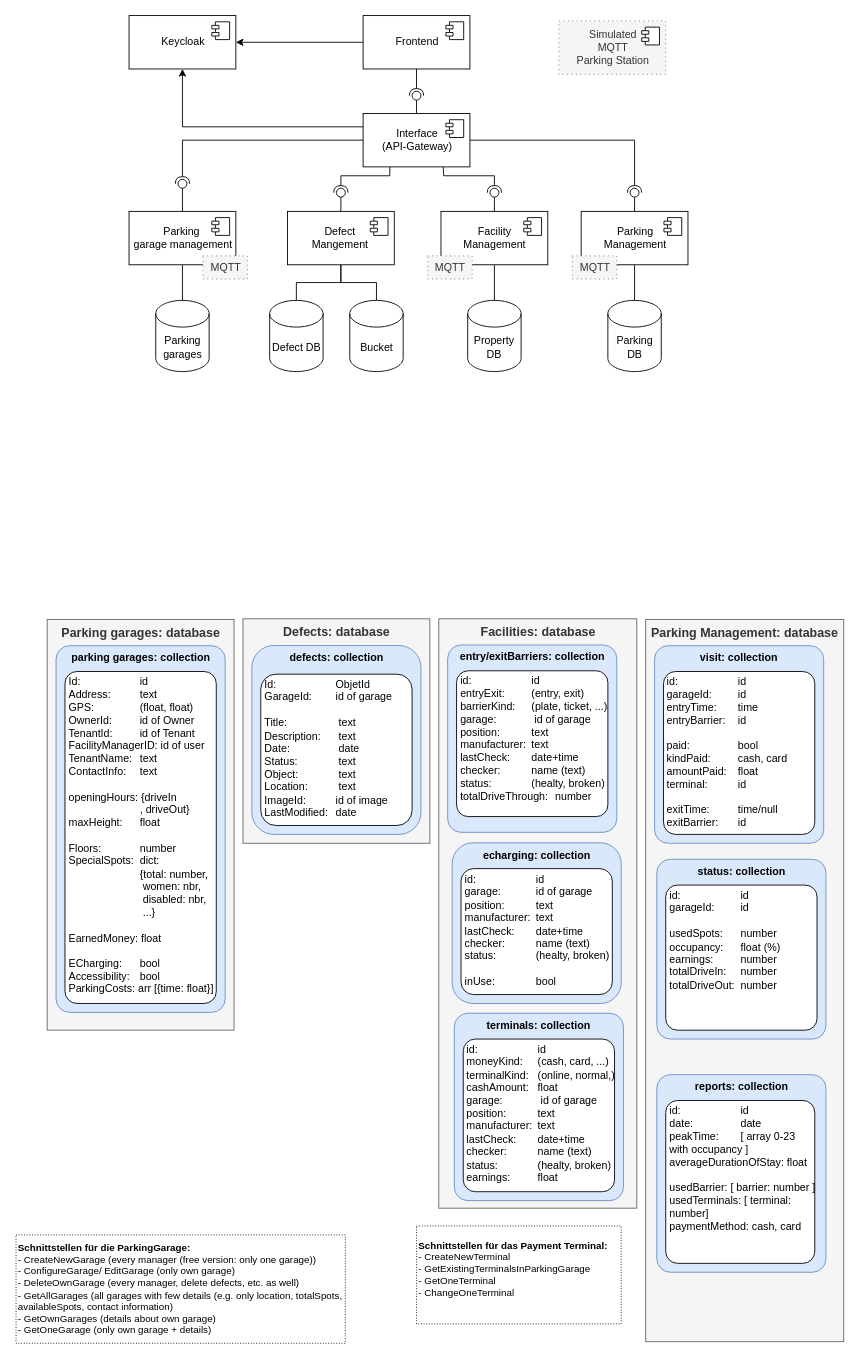
Before: page "Architektur" (4 of 8) of docu/parking_management.drawio in msi-cad-vw/.github, a draw.io diagram. Source tidied: cells renumbered, new cells numbered last; positions are measured from the earlier drawing's top-left corner, leaving out a move shared by most shapes. Both pictures are drawn from the tidied source at 89%, with x=0, y=0 at pixel (15, 15).
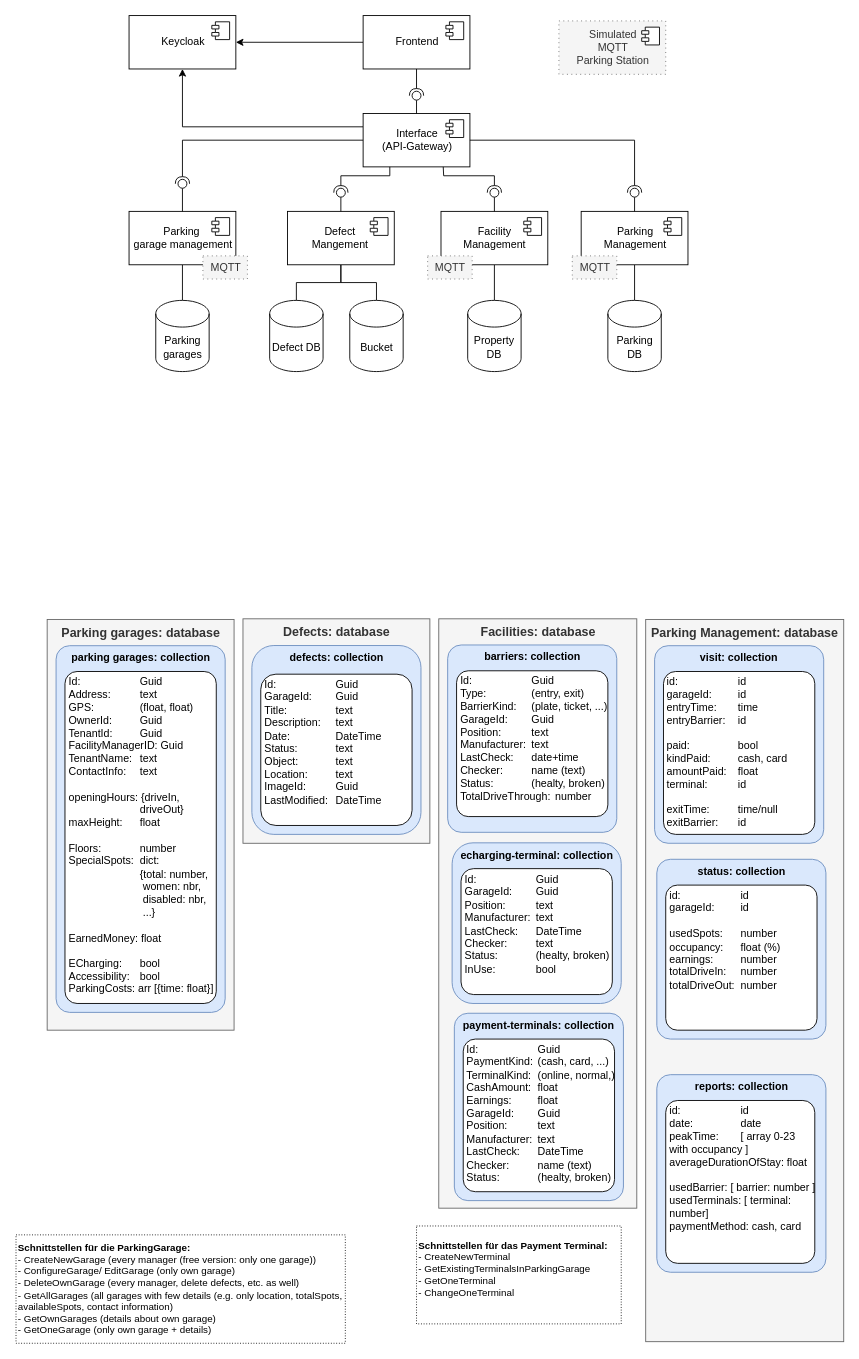
The same page after the edit.

The edit, as a diff of the source:
```diff
@@
-    <mxCell id="47" value="terminals: collection" style="rounded=1;whiteSpace=wrap;html=1;verticalAlign=top;arcSize=8;fontStyle=1;fillColor=#dae8fc;strokeColor=#6c8ebf;" parent="1" vertex="1">
+    <mxCell id="47" value="payment-terminals: collection" style="rounded=1;whiteSpace=wrap;html=1;verticalAlign=top;arcSize=8;fontStyle=1;fillColor=#dae8fc;strokeColor=#6c8ebf;" parent="1" vertex="1">
       <mxGeometry x="493" y="1121" width="190" height="210.5" as="geometry" />
     </mxCell>
-    <mxCell id="48" value="&lt;div style=&quot;text-align: center;&quot;&gt;&lt;/div&gt;id:&lt;span style=&quot;&quot;&gt;&#9;&lt;span style=&quot;white-space: pre;&quot;&gt;&#9;&lt;/span&gt;&lt;span style=&quot;white-space: pre;&quot;&gt;&#9;&lt;/span&gt;&lt;span style=&quot;white-space: pre;&quot;&gt;&#9;&lt;/span&gt;&lt;/span&gt;id&lt;br&gt;moneyKind:&lt;span style=&quot;&quot;&gt;&#9;&lt;span style=&quot;white-space: pre;&quot;&gt;&#9;&lt;/span&gt;&lt;/span&gt;(cash, card, ...)&lt;br&gt;terminalKind:&lt;span style=&quot;white-space: pre;&quot;&gt;&#9;&lt;/span&gt;(online, normal,)&lt;br&gt;cashAmount:&amp;nbsp;&lt;span style=&quot;&quot;&gt;&#9;&lt;span style=&quot;white-space: pre;&quot;&gt;&#9;&lt;/span&gt;&lt;/span&gt;float&lt;br&gt;garage:&lt;span style=&quot;&quot;&gt;&#9;&lt;span style=&quot;white-space: pre;&quot;&gt;&#9;&lt;/span&gt;&lt;span style=&quot;white-space: pre;&quot;&gt;&#9;&lt;/span&gt;&lt;/span&gt;&lt;span style=&quot;&quot;&gt;&#9;&lt;/span&gt;id of garage&lt;br&gt;position:&lt;span style=&quot;white-space: pre;&quot;&gt;&#9;&lt;/span&gt;&lt;span style=&quot;white-space: pre;&quot;&gt;&#9;&lt;/span&gt;text&lt;br&gt;manufacturer:&lt;span style=&quot;&quot;&gt;&#9;&lt;span style=&quot;white-space: pre;&quot;&gt;&#9;&lt;/span&gt;&lt;/span&gt;text&lt;br&gt;lastCheck:&lt;span style=&quot;&quot;&gt;&#9;&lt;span style=&quot;white-space: pre;&quot;&gt;&#9;&lt;/span&gt;&lt;/span&gt;date+time&lt;br&gt;checker:&lt;span style=&quot;white-space: pre;&quot;&gt;&#9;&lt;/span&gt;&lt;span style=&quot;white-space: pre;&quot;&gt;&#9;&lt;/span&gt;name (text)&lt;br&gt;status:&lt;span style=&quot;white-space: pre;&quot;&gt;&#9;&lt;/span&gt;&lt;span style=&quot;white-space: pre;&quot;&gt;&#9;&lt;/span&gt;(healty, broken)&lt;br&gt;earnings:&lt;span style=&quot;white-space: pre;&quot;&gt;&#9;&lt;/span&gt;&lt;span style=&quot;white-space: pre;&quot;&gt;&#9;&lt;/span&gt;float" style="rounded=1;whiteSpace=wrap;html=1;verticalAlign=top;align=left;spacingLeft=4;spacing=0;spacingTop=0;arcSize=8;" parent="1" vertex="1">
+    <mxCell id="48" value="&lt;div style=&quot;text-align: center;&quot;&gt;&lt;/div&gt;Id:&lt;span style=&quot;&quot;&gt;&#9;&lt;span style=&quot;white-space: pre;&quot;&gt;&#9;&lt;/span&gt;&lt;span style=&quot;white-space: pre;&quot;&gt;&#9;&lt;/span&gt;&lt;span style=&quot;white-space: pre;&quot;&gt;&#9;&lt;/span&gt;Gu&lt;/span&gt;id&lt;br&gt;PaymentKind:&lt;span style=&quot;&quot;&gt;&#9;&lt;span style=&quot;white-space: pre;&quot;&gt;&#9;&lt;/span&gt;&lt;/span&gt;(cash, card, ...)&lt;br&gt;TerminalKind:&lt;span style=&quot;white-space: pre;&quot;&gt;&#9;&lt;/span&gt;(online, normal,)&lt;br&gt;CashAmount:&lt;span style=&quot;&quot;&gt;&amp;nbsp;&lt;span style=&quot;white-space: pre;&quot;&gt;&#9;&lt;/span&gt;&lt;/span&gt;float&lt;div&gt;Earnings:&lt;span style=&quot;white-space: pre;&quot;&gt;&#9;&lt;/span&gt;&lt;span style=&quot;white-space: pre;&quot;&gt;&#9;&lt;/span&gt;float&lt;br&gt;GarageId:&lt;span style=&quot;&quot;&gt;&lt;span style=&quot;white-space: pre;&quot;&gt;&#9;&lt;/span&gt;Gu&lt;/span&gt;id&lt;br&gt;Position:&lt;span style=&quot;white-space: pre;&quot;&gt;&#9;&lt;/span&gt;&lt;span style=&quot;white-space: pre;&quot;&gt;&#9;&lt;/span&gt;text&lt;br&gt;Manufacturer:&lt;span style=&quot;&quot;&gt;&#9;&lt;span style=&quot;white-space: pre;&quot;&gt;&#9;&lt;/span&gt;&lt;/span&gt;text&lt;br&gt;LastCheck:&lt;span style=&quot;&quot;&gt;&#9;&lt;span style=&quot;white-space: pre;&quot;&gt;&#9;&lt;/span&gt;&lt;/span&gt;DateTime&lt;br&gt;Checker:&lt;span style=&quot;white-space: pre;&quot;&gt;&#9;&lt;/span&gt;&lt;span style=&quot;white-space: pre;&quot;&gt;&#9;&lt;/span&gt;name (text)&lt;br&gt;Status:&lt;span style=&quot;white-space: pre;&quot;&gt;&#9;&lt;/span&gt;&lt;span style=&quot;white-space: pre;&quot;&gt;&#9;&lt;/span&gt;(healty, broken)&lt;br&gt;&lt;/div&gt;" style="rounded=1;whiteSpace=wrap;html=1;verticalAlign=top;align=left;spacingLeft=4;spacing=0;spacingTop=0;arcSize=8;" parent="1" vertex="1">
       <mxGeometry x="503" y="1150" width="170" height="171.5" as="geometry" />
     </mxCell>
-    <mxCell id="49" value="echarging: collection" style="rounded=1;whiteSpace=wrap;html=1;verticalAlign=top;arcSize=13;fontStyle=1;fillColor=#dae8fc;strokeColor=#6c8ebf;" parent="1" vertex="1">
+    <mxCell id="49" value="echarging-terminal: collection" style="rounded=1;whiteSpace=wrap;html=1;verticalAlign=top;arcSize=13;fontStyle=1;fillColor=#dae8fc;strokeColor=#6c8ebf;" parent="1" vertex="1">
       <mxGeometry x="490.5" y="929.5" width="190" height="180.5" as="geometry" />
     </mxCell>
-    <mxCell id="50" value="&lt;div style=&quot;text-align: center;&quot;&gt;&lt;/div&gt;id:&lt;span style=&quot;&quot;&gt;&#9;&lt;span style=&quot;white-space: pre;&quot;&gt;&#9;&lt;/span&gt;&lt;span style=&quot;white-space: pre;&quot;&gt;&#9;&lt;/span&gt;&lt;span style=&quot;white-space: pre;&quot;&gt;&#9;&lt;/span&gt;&lt;/span&gt;id&lt;br&gt;garage:&lt;span style=&quot;&quot;&gt;&#9;&lt;span style=&quot;white-space: pre;&quot;&gt;&#9;&lt;/span&gt;&lt;span style=&quot;white-space: pre;&quot;&gt;&#9;&lt;/span&gt;&lt;/span&gt;id of garage&lt;br&gt;position:&lt;span style=&quot;white-space: pre;&quot;&gt;&#9;&lt;/span&gt;&lt;span style=&quot;white-space: pre;&quot;&gt;&#9;&lt;/span&gt;text&lt;br&gt;manufacturer:&lt;span style=&quot;&quot;&gt;&#9;&lt;span style=&quot;white-space: pre;&quot;&gt;&#9;&lt;/span&gt;&lt;/span&gt;text&lt;br&gt;lastCheck:&lt;span style=&quot;&quot;&gt;&#9;&lt;span style=&quot;white-space: pre;&quot;&gt;&#9;&lt;/span&gt;&lt;/span&gt;date+time&lt;br&gt;checker:&lt;span style=&quot;white-space: pre;&quot;&gt;&#9;&lt;/span&gt;&lt;span style=&quot;white-space: pre;&quot;&gt;&#9;&lt;/span&gt;name (text)&lt;br&gt;status:&lt;span style=&quot;white-space: pre;&quot;&gt;&#9;&lt;/span&gt;&lt;span style=&quot;white-space: pre;&quot;&gt;&#9;&lt;/span&gt;(healty, broken)&lt;br&gt;&lt;br&gt;inUse:&lt;span style=&quot;white-space: pre;&quot;&gt;&#9;&lt;/span&gt;&lt;span style=&quot;white-space: pre;&quot;&gt;&#9;&lt;/span&gt;bool" style="rounded=1;whiteSpace=wrap;html=1;verticalAlign=top;align=left;spacingLeft=4;spacing=0;spacingTop=0;arcSize=10;" parent="1" vertex="1">
+    <mxCell id="50" value="&lt;div style=&quot;text-align: center;&quot;&gt;&lt;/div&gt;Id:&lt;span style=&quot;&quot;&gt;&#9;&lt;span style=&quot;white-space: pre;&quot;&gt;&#9;&lt;/span&gt;&lt;span style=&quot;white-space: pre;&quot;&gt;&#9;&lt;/span&gt;&lt;span style=&quot;white-space: pre;&quot;&gt;&#9;&lt;/span&gt;&lt;/span&gt;Guid&lt;br&gt;GarageId:&lt;span style=&quot;&quot;&gt;&#9;&lt;span style=&quot;white-space: pre;&quot;&gt;&#9;&lt;/span&gt;&lt;/span&gt;Guid&lt;br&gt;Position:&lt;span style=&quot;white-space: pre;&quot;&gt;&#9;&lt;/span&gt;&lt;span style=&quot;white-space: pre;&quot;&gt;&#9;&lt;/span&gt;text&lt;br&gt;Manufacturer:&lt;span style=&quot;&quot;&gt;&#9;&lt;span style=&quot;white-space: pre;&quot;&gt;&#9;&lt;/span&gt;&lt;/span&gt;text&lt;br&gt;LastCheck:&lt;span style=&quot;&quot;&gt;&#9;&lt;span style=&quot;white-space: pre;&quot;&gt;&#9;&lt;/span&gt;&lt;/span&gt;DateTime&lt;br&gt;Checker:&lt;span style=&quot;white-space: pre;&quot;&gt;&#9;&lt;/span&gt;&lt;span style=&quot;white-space: pre;&quot;&gt;&#9;&lt;/span&gt;text&lt;br&gt;Status:&lt;span style=&quot;white-space: pre;&quot;&gt;&#9;&lt;/span&gt;&lt;span style=&quot;white-space: pre;&quot;&gt;&#9;&lt;/span&gt;(healty, broken)&lt;br&gt;InUse:&lt;span style=&quot;white-space: pre;&quot;&gt;&#9;&lt;/span&gt;&lt;span style=&quot;white-space: pre;&quot;&gt;&#9;&lt;/span&gt;bool" style="rounded=1;whiteSpace=wrap;html=1;verticalAlign=top;align=left;spacingLeft=4;spacing=0;spacingTop=0;arcSize=10;" parent="1" vertex="1">
       <mxGeometry x="500.5" y="958.5" width="170" height="141.5" as="geometry" />
     </mxCell>
@@
-    <mxCell id="52" value="entry/exitBarriers: collection" style="rounded=1;whiteSpace=wrap;html=1;verticalAlign=top;arcSize=8;fontStyle=1;fillColor=#dae8fc;strokeColor=#6c8ebf;" parent="1" vertex="1">
+    <mxCell id="52" value="barriers: collection" style="rounded=1;whiteSpace=wrap;html=1;verticalAlign=top;arcSize=8;fontStyle=1;fillColor=#dae8fc;strokeColor=#6c8ebf;" parent="1" vertex="1">
       <mxGeometry x="485.5" y="707.2" width="190" height="210.5" as="geometry" />
     </mxCell>
-    <mxCell id="53" value="&lt;div style=&quot;text-align: center;&quot;&gt;&lt;/div&gt;id:&lt;span style=&quot;&quot;&gt;&#9;&lt;span style=&quot;white-space: pre;&quot;&gt;&#9;&lt;/span&gt;&lt;span style=&quot;white-space: pre;&quot;&gt;&#9;&lt;/span&gt;&lt;span style=&quot;white-space: pre;&quot;&gt;&#9;&lt;/span&gt;&lt;/span&gt;id&lt;br&gt;entryExit:&lt;span style=&quot;white-space: pre;&quot;&gt;&#9;&lt;/span&gt;&lt;span style=&quot;white-space: pre;&quot;&gt;&#9;&lt;/span&gt;(entry, exit)&lt;br&gt;barrierKind:&lt;span style=&quot;&quot;&gt;&#9;&lt;span style=&quot;white-space: pre;&quot;&gt;&#9;&lt;/span&gt;&lt;/span&gt;(plate, ticket, ...)&lt;br&gt;garage:&lt;span style=&quot;&quot;&gt;&#9;&lt;span style=&quot;white-space: pre;&quot;&gt;&#9;&lt;/span&gt;&lt;span style=&quot;white-space: pre;&quot;&gt;&#9;&lt;/span&gt;&lt;/span&gt;&lt;span style=&quot;&quot;&gt;&#9;&lt;/span&gt;id of garage&lt;br&gt;position:&lt;span style=&quot;white-space: pre;&quot;&gt;&#9;&lt;/span&gt;&lt;span style=&quot;white-space: pre;&quot;&gt;&#9;&lt;/span&gt;text&lt;br&gt;manufacturer:&lt;span style=&quot;&quot;&gt;&#9;&lt;span style=&quot;white-space: pre;&quot;&gt;&#9;&lt;/span&gt;&lt;/span&gt;text&lt;br&gt;lastCheck:&lt;span style=&quot;&quot;&gt;&#9;&lt;span style=&quot;white-space: pre;&quot;&gt;&#9;&lt;/span&gt;&lt;/span&gt;date+time&lt;br&gt;checker:&lt;span style=&quot;white-space: pre;&quot;&gt;&#9;&lt;/span&gt;&lt;span style=&quot;white-space: pre;&quot;&gt;&#9;&lt;/span&gt;name (text)&lt;br&gt;status:&lt;span style=&quot;white-space: pre;&quot;&gt;&#9;&lt;/span&gt;&lt;span style=&quot;white-space: pre;&quot;&gt;&#9;&lt;/span&gt;(healty, broken)&lt;br&gt;totalDriveThrough:&lt;span style=&quot;white-space: pre;&quot;&gt;&#9;&lt;/span&gt;number" style="rounded=1;whiteSpace=wrap;html=1;verticalAlign=top;align=left;spacingLeft=4;spacing=0;spacingTop=0;arcSize=8;" parent="1" vertex="1">
+    <mxCell id="53" value="&lt;div style=&quot;text-align: center;&quot;&gt;&lt;/div&gt;Id:&lt;span style=&quot;&quot;&gt;&#9;&lt;span style=&quot;white-space: pre;&quot;&gt;&#9;&lt;/span&gt;&lt;span style=&quot;white-space: pre;&quot;&gt;&#9;&lt;/span&gt;&lt;span style=&quot;white-space: pre;&quot;&gt;&#9;&lt;/span&gt;Gu&lt;/span&gt;id&lt;br&gt;Type:&lt;span style=&quot;white-space: pre;&quot;&gt;&#9;&lt;/span&gt;&lt;span style=&quot;white-space: pre;&quot;&gt;&#9;&lt;/span&gt;(entry, exit)&lt;br&gt;BarrierKind:&lt;span style=&quot;&quot;&gt;&#9;&lt;span style=&quot;white-space: pre;&quot;&gt;&#9;&lt;/span&gt;&lt;/span&gt;(plate, ticket, ...)&lt;br&gt;GarageId:&lt;span style=&quot;&quot;&gt;&lt;span style=&quot;white-space: pre;&quot;&gt;&#9;&lt;/span&gt;Gu&lt;/span&gt;id&lt;br&gt;Position:&lt;span style=&quot;white-space: pre;&quot;&gt;&#9;&lt;/span&gt;&lt;span style=&quot;white-space: pre;&quot;&gt;&#9;&lt;/span&gt;text&lt;br&gt;Manufacturer:&lt;span style=&quot;&quot;&gt;&#9;&lt;span style=&quot;white-space: pre;&quot;&gt;&#9;&lt;/span&gt;&lt;/span&gt;text&lt;br&gt;LastCheck:&lt;span style=&quot;&quot;&gt;&#9;&lt;span style=&quot;white-space: pre;&quot;&gt;&#9;&lt;/span&gt;&lt;/span&gt;date+time&lt;br&gt;Checker:&lt;span style=&quot;white-space: pre;&quot;&gt;&#9;&lt;/span&gt;&lt;span style=&quot;white-space: pre;&quot;&gt;&#9;&lt;/span&gt;name (text)&lt;br&gt;Status:&lt;span style=&quot;white-space: pre;&quot;&gt;&#9;&lt;/span&gt;&lt;span style=&quot;white-space: pre;&quot;&gt;&#9;&lt;/span&gt;(healty, broken)&lt;br&gt;TotalDriveThrough:&lt;span style=&quot;white-space: pre;&quot;&gt;&#9;&lt;/span&gt;number" style="rounded=1;whiteSpace=wrap;html=1;verticalAlign=top;align=left;spacingLeft=4;spacing=0;spacingTop=0;arcSize=8;" parent="1" vertex="1">
       <mxGeometry x="495.5" y="736.2" width="170" height="163.8" as="geometry" />
     </mxCell>
@@
-    <mxCell id="56" value="&lt;div style=&quot;text-align: center;&quot;&gt;&lt;/div&gt;Id:&#9;&lt;span style=&quot;white-space: pre;&quot;&gt;&#9;&lt;/span&gt;&lt;span style=&quot;white-space: pre;&quot;&gt;&#9;&lt;/span&gt;&lt;span style=&quot;white-space: pre;&quot;&gt;&#9;&lt;/span&gt;id&lt;br&gt;Address:&lt;span style=&quot;white-space: pre;&quot;&gt;&#9;&lt;/span&gt;&lt;span style=&quot;white-space: pre;&quot;&gt;&#9;&lt;/span&gt;text&lt;br&gt;GPS:&#9;&lt;span style=&quot;white-space: pre;&quot;&gt;&#9;&lt;/span&gt;&lt;span style=&quot;white-space: pre;&quot;&gt;&#9;&lt;/span&gt;(float, float)&lt;br&gt;OwnerId:&lt;span style=&quot;white-space: pre;&quot;&gt;&#9;&lt;/span&gt;&lt;span style=&quot;white-space: pre;&quot;&gt;&#9;&lt;/span&gt;id of Owner&lt;br&gt;TenantId:&#9;&lt;span style=&quot;white-space: pre;&quot;&gt;&#9;&lt;/span&gt;id of Tenant&lt;br&gt;FacilityManagerID: id of user&lt;br&gt;TenantName:&amp;nbsp;&lt;span style=&quot;white-space: pre;&quot;&gt;&#9;&lt;/span&gt;text&lt;br&gt;ContactInfo:&#9;&lt;span style=&quot;white-space: pre;&quot;&gt;&#9;&lt;/span&gt;text&lt;br&gt;&lt;br&gt;openingHours: {driveIn&lt;br&gt;&lt;span style=&quot;white-space: pre;&quot;&gt;&#9;&lt;/span&gt;&lt;span style=&quot;white-space: pre;&quot;&gt;&#9;&lt;/span&gt;&lt;span style=&quot;white-space: pre;&quot;&gt;&#9;&lt;/span&gt;, driveOut}&lt;br&gt;maxHeight:&amp;nbsp;&lt;span style=&quot;white-space: pre;&quot;&gt;&#9;&lt;/span&gt;float&lt;br&gt;&lt;br&gt;Floors:&#9;&lt;span style=&quot;white-space: pre;&quot;&gt;&#9;&lt;/span&gt;&lt;span style=&quot;white-space: pre;&quot;&gt;&#9;&lt;/span&gt;number&lt;br&gt;SpecialSpots:&#9;&lt;span style=&quot;white-space: pre;&quot;&gt;&#9;&lt;/span&gt;dict: &lt;br&gt;&#9;&#9;&#9;&lt;span style=&quot;white-space: pre;&quot;&gt;&#9;&lt;/span&gt;&lt;span style=&quot;white-space: pre;&quot;&gt;&#9;&lt;/span&gt;&lt;span style=&quot;white-space: pre;&quot;&gt;&#9;&lt;/span&gt;{total: number,&lt;br&gt;&lt;span style=&quot;white-space: pre;&quot;&gt;&#9;&lt;/span&gt;&lt;span style=&quot;white-space: pre;&quot;&gt;&#9;&lt;/span&gt;&lt;span style=&quot;white-space: pre;&quot;&gt;&#9;&lt;/span&gt;&amp;nbsp;women: nbr,&lt;br&gt;&#9;&#9;&#9;&lt;span style=&quot;white-space: pre;&quot;&gt;&#9;&lt;/span&gt;&lt;span style=&quot;white-space: pre;&quot;&gt;&#9;&lt;/span&gt;&lt;span style=&quot;white-space: pre;&quot;&gt;&#9;&lt;/span&gt;&amp;nbsp;disabled: nbr,&lt;br&gt;&#9;&#9;&#9;&lt;span style=&quot;white-space: pre;&quot;&gt;&#9;&lt;/span&gt;&lt;span style=&quot;white-space: pre;&quot;&gt;&#9;&lt;/span&gt;&lt;span style=&quot;white-space: pre;&quot;&gt;&#9;&lt;/span&gt;&amp;nbsp;...}&lt;br&gt;&lt;br&gt;EarnedMoney: float&lt;br&gt;&lt;br&gt;ECharging:&amp;nbsp;&#9;&lt;span style=&quot;white-space: pre;&quot;&gt;&#9;&lt;/span&gt;bool&lt;br&gt;Accessibility:&#9;&lt;span style=&quot;white-space: pre;&quot;&gt;&#9;&lt;/span&gt;bool&lt;br&gt;ParkingCosts:&#9;arr [{time: float}]" style="rounded=1;whiteSpace=wrap;html=1;verticalAlign=top;align=left;spacingLeft=4;spacing=0;spacingTop=0;arcSize=8;" parent="1" vertex="1">
+    <mxCell id="56" value="&lt;div style=&quot;text-align: center;&quot;&gt;&lt;/div&gt;Id:&#9;&lt;span style=&quot;white-space: pre;&quot;&gt;&#9;&lt;/span&gt;&lt;span style=&quot;white-space: pre;&quot;&gt;&#9;&lt;/span&gt;&lt;span style=&quot;white-space: pre;&quot;&gt;&#9;&lt;/span&gt;Guid&lt;br&gt;Address:&lt;span style=&quot;white-space: pre;&quot;&gt;&#9;&lt;/span&gt;&lt;span style=&quot;white-space: pre;&quot;&gt;&#9;&lt;/span&gt;text&lt;br&gt;GPS:&#9;&lt;span style=&quot;white-space: pre;&quot;&gt;&#9;&lt;/span&gt;&lt;span style=&quot;white-space: pre;&quot;&gt;&#9;&lt;/span&gt;(float, float)&lt;br&gt;OwnerId:&lt;span style=&quot;white-space: pre;&quot;&gt;&#9;&lt;/span&gt;&lt;span style=&quot;white-space: pre;&quot;&gt;&#9;&lt;/span&gt;Guid&lt;br&gt;TenantId:&#9;&lt;span style=&quot;white-space: pre;&quot;&gt;&#9;&lt;/span&gt;Guid&lt;br&gt;FacilityManagerID: Guid&lt;br&gt;TenantName:&amp;nbsp;&lt;span style=&quot;white-space: pre;&quot;&gt;&#9;&lt;/span&gt;text&lt;br&gt;ContactInfo:&#9;&lt;span style=&quot;white-space: pre;&quot;&gt;&#9;&lt;/span&gt;text&lt;br&gt;&lt;br&gt;openingHours: {driveIn,&lt;br&gt;&lt;span style=&quot;white-space: pre;&quot;&gt;&#9;&lt;/span&gt;&lt;span style=&quot;white-space: pre;&quot;&gt;&#9;&lt;/span&gt;&lt;span style=&quot;white-space: pre;&quot;&gt;&#9;&lt;/span&gt;driveOut}&lt;br&gt;maxHeight:&amp;nbsp;&lt;span style=&quot;white-space: pre;&quot;&gt;&#9;&lt;/span&gt;float&lt;br&gt;&lt;br&gt;Floors:&#9;&lt;span style=&quot;white-space: pre;&quot;&gt;&#9;&lt;/span&gt;&lt;span style=&quot;white-space: pre;&quot;&gt;&#9;&lt;/span&gt;number&lt;br&gt;SpecialSpots:&#9;&lt;span style=&quot;white-space: pre;&quot;&gt;&#9;&lt;/span&gt;dict: &lt;br&gt;&#9;&#9;&#9;&lt;span style=&quot;white-space: pre;&quot;&gt;&#9;&lt;/span&gt;&lt;span style=&quot;white-space: pre;&quot;&gt;&#9;&lt;/span&gt;&lt;span style=&quot;white-space: pre;&quot;&gt;&#9;&lt;/span&gt;{total: number,&lt;br&gt;&lt;span style=&quot;white-space: pre;&quot;&gt;&#9;&lt;/span&gt;&lt;span style=&quot;white-space: pre;&quot;&gt;&#9;&lt;/span&gt;&lt;span style=&quot;white-space: pre;&quot;&gt;&#9;&lt;/span&gt;&amp;nbsp;women: nbr,&lt;br&gt;&#9;&#9;&#9;&lt;span style=&quot;white-space: pre;&quot;&gt;&#9;&lt;/span&gt;&lt;span style=&quot;white-space: pre;&quot;&gt;&#9;&lt;/span&gt;&lt;span style=&quot;white-space: pre;&quot;&gt;&#9;&lt;/span&gt;&amp;nbsp;disabled: nbr,&lt;br&gt;&#9;&#9;&#9;&lt;span style=&quot;white-space: pre;&quot;&gt;&#9;&lt;/span&gt;&lt;span style=&quot;white-space: pre;&quot;&gt;&#9;&lt;/span&gt;&lt;span style=&quot;white-space: pre;&quot;&gt;&#9;&lt;/span&gt;&amp;nbsp;...}&lt;br&gt;&lt;br&gt;EarnedMoney: float&lt;br&gt;&lt;br&gt;ECharging:&amp;nbsp;&#9;&lt;span style=&quot;white-space: pre;&quot;&gt;&#9;&lt;/span&gt;bool&lt;br&gt;Accessibility:&#9;&lt;span style=&quot;white-space: pre;&quot;&gt;&#9;&lt;/span&gt;bool&lt;br&gt;ParkingCosts:&#9;arr [{time: float}]" style="rounded=1;whiteSpace=wrap;html=1;verticalAlign=top;align=left;spacingLeft=4;spacing=0;spacingTop=0;arcSize=8;" parent="1" vertex="1">
       <mxGeometry x="55.5" y="737" width="170" height="373" as="geometry" />
     </mxCell>
@@
-    <mxCell id="59" value="&lt;div style=&quot;text-align: center;&quot;&gt;&lt;/div&gt;Id: &lt;span style=&quot;white-space: pre;&quot;&gt;&#9;&lt;/span&gt;&lt;span style=&quot;white-space: pre;&quot;&gt;&#9;&lt;span style=&quot;white-space: pre;&quot;&gt;&#9;&lt;/span&gt;&lt;/span&gt;ObjetId&lt;br&gt;GarageId:&lt;span style=&quot;white-space: pre;&quot;&gt;&#9;&lt;/span&gt;id of garage&lt;span style=&quot;white-space: pre;&quot;&gt;&#9;&lt;/span&gt;&lt;br&gt;&lt;br&gt;Title:&amp;nbsp;&lt;span style=&quot;white-space: pre;&quot;&gt;&#9;&lt;span style=&quot;white-space: pre;&quot;&gt;&#9;&lt;/span&gt;&lt;/span&gt;&amp;nbsp;text&lt;br&gt;Description:&lt;span style=&quot;white-space: pre;&quot;&gt;&lt;span style=&quot;white-space: pre;&quot;&gt;&#9;&lt;/span&gt; &lt;/span&gt;text&lt;br&gt;Date: &lt;span style=&quot;white-space: pre;&quot;&gt;&#9;&lt;/span&gt;&lt;span style=&quot;white-space: pre;&quot;&gt;&#9;&lt;/span&gt;&amp;nbsp;date&lt;br&gt;Status:&amp;nbsp;&amp;nbsp;&lt;span style=&quot;white-space: pre;&quot;&gt;&#9;&lt;/span&gt;&lt;span style=&quot;white-space: pre;&quot;&gt;&#9;&lt;/span&gt;&amp;nbsp;text&lt;br&gt;Object:&lt;span style=&quot;white-space: pre;&quot;&gt;&#9;&lt;/span&gt;&lt;span style=&quot;white-space: pre;&quot;&gt;&#9;&lt;/span&gt;&amp;nbsp;text&lt;br&gt;Location:&lt;span style=&quot;white-space: pre;&quot;&gt;&#9;&lt;/span&gt;&lt;span style=&quot;white-space: pre;&quot;&gt;&#9;&lt;/span&gt;&amp;nbsp;text&lt;br&gt;ImageId:&lt;span style=&quot;white-space: pre;&quot;&gt;&#9;&lt;/span&gt;&lt;span style=&quot;white-space: pre;&quot;&gt;&#9;&lt;/span&gt;id of image&lt;br&gt;LastModified:&lt;span style=&quot;white-space: pre;&quot;&gt;&#9;&lt;/span&gt;date&lt;br&gt;" style="rounded=1;whiteSpace=wrap;html=1;verticalAlign=top;align=left;spacingLeft=4;spacing=0;spacingTop=0;arcSize=10;" parent="1" vertex="1">
+    <mxCell id="59" value="&lt;div style=&quot;text-align: center;&quot;&gt;&lt;/div&gt;Id: &lt;span style=&quot;white-space: pre;&quot;&gt;&#9;&lt;/span&gt;&lt;span style=&quot;white-space: pre;&quot;&gt;&#9;&lt;span style=&quot;white-space: pre;&quot;&gt;&#9;&lt;/span&gt;&lt;/span&gt;Guid&lt;br&gt;GarageId:&lt;span style=&quot;white-space: pre;&quot;&gt;&#9;&lt;/span&gt;Guid&lt;br&gt;Title:&amp;nbsp;&lt;span style=&quot;white-space: pre;&quot;&gt;&#9;&lt;span style=&quot;white-space: pre;&quot;&gt;&#9;&lt;/span&gt;&lt;/span&gt;text&lt;br&gt;Description:&lt;span style=&quot;white-space: pre;&quot;&gt;&lt;span style=&quot;white-space: pre;&quot;&gt;&#9;&lt;/span&gt;&lt;/span&gt;text&lt;br&gt;Date: &lt;span style=&quot;white-space: pre;&quot;&gt;&#9;&lt;/span&gt;&lt;span style=&quot;white-space: pre;&quot;&gt;&#9;&lt;/span&gt;DateTime&lt;br&gt;Status:&amp;nbsp;&amp;nbsp;&lt;span style=&quot;white-space: pre;&quot;&gt;&#9;&lt;/span&gt;&lt;span style=&quot;white-space: pre;&quot;&gt;&#9;&lt;/span&gt;text&lt;br&gt;Object:&lt;span style=&quot;white-space: pre;&quot;&gt;&#9;&lt;/span&gt;&lt;span style=&quot;white-space: pre;&quot;&gt;&#9;&lt;/span&gt;text&lt;br&gt;Location:&lt;span style=&quot;white-space: pre;&quot;&gt;&#9;&lt;/span&gt;&lt;span style=&quot;white-space: pre;&quot;&gt;&#9;&lt;/span&gt;text&lt;br&gt;ImageId:&lt;span style=&quot;white-space: pre;&quot;&gt;&#9;&lt;/span&gt;&lt;span style=&quot;white-space: pre;&quot;&gt;&#9;&lt;/span&gt;Guid&lt;br&gt;LastModified:&lt;span style=&quot;white-space: pre;&quot;&gt;&#9;&lt;/span&gt;DateTime" style="rounded=1;whiteSpace=wrap;html=1;verticalAlign=top;align=left;spacingLeft=4;spacing=0;spacingTop=0;arcSize=10;" parent="1" vertex="1">
       <mxGeometry x="275.5" y="740" width="170" height="170" as="geometry" />
     </mxCell>
```
